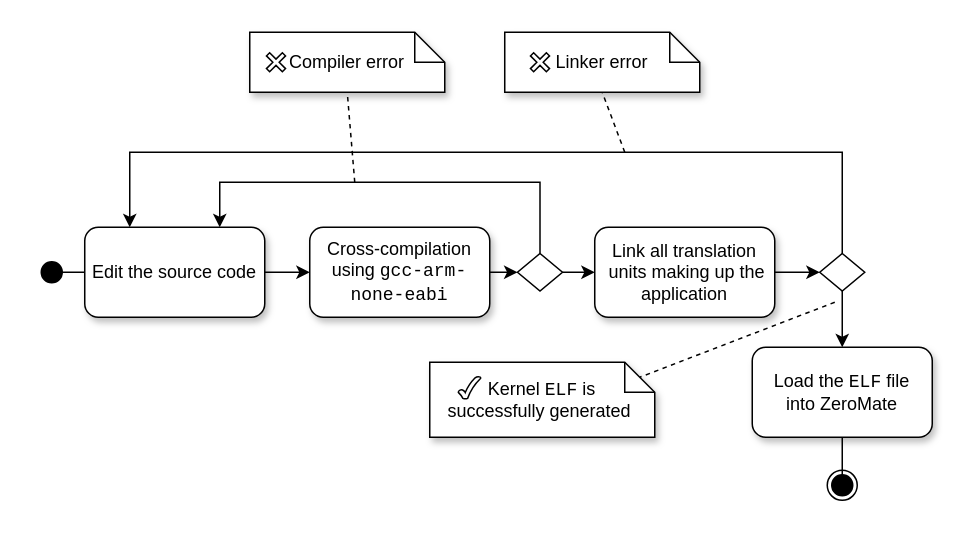
Above: docs/diagrams/kernel/kernel_build_activity_diagram.drawio in silhavyj/ZeroMate (draw.io), before the change. Source tidied: cells renumbered, new cells numbered last; positions are measured from the earlier drawing's top-left corner, leaving out a move shared by most shapes. Both pictures are drawn from the tidied source at 150%, with x=0, y=0 at pixel (39, 32).
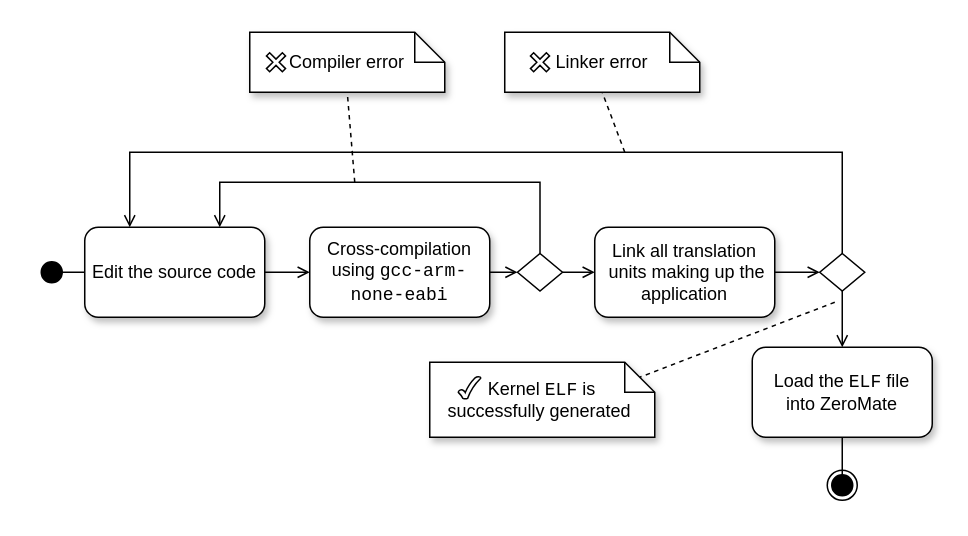
Above is the later version.

The change refers to these unchanged cells:
```xml
<mxCell id="5" value="Edit the source code" style="rounded=1;whiteSpace=wrap;html=1;shadow=1;fontFamily=Computer Modern;" parent="1" vertex="1">
  <mxGeometry x="30" y="130" width="120" height="60" as="geometry" />
</mxCell>
<mxCell id="7" value="Cross-compilation using&amp;nbsp;&lt;font face=&quot;Courier New&quot;&gt;gcc-arm-none-eabi&lt;/font&gt;" style="rounded=1;whiteSpace=wrap;html=1;shadow=1;fontFamily=Computer Modern;" parent="1" vertex="1">
  <mxGeometry x="180" y="130" width="120" height="60" as="geometry" />
</mxCell>
<mxCell id="9" value="Link all translation&lt;br&gt;&amp;nbsp;units making up the application" style="rounded=1;whiteSpace=wrap;html=1;shadow=1;fontFamily=Computer Modern;" parent="1" vertex="1">
  <mxGeometry x="370" y="130" width="120" height="60" as="geometry" />
</mxCell>
<mxCell id="12" style="strokeWidth=1;html=1;shape=mxgraph.flowchart.decision;whiteSpace=wrap;" parent="1" vertex="1">
  <mxGeometry x="318.5" y="147.5" width="30" height="25" as="geometry" />
</mxCell>
<mxCell id="15" style="strokeWidth=1;html=1;shape=mxgraph.flowchart.decision;whiteSpace=wrap;" parent="1" vertex="1">
  <mxGeometry x="520" y="147.5" width="30" height="25" as="geometry" />
</mxCell>
<mxCell id="16" value="Load the &lt;font face=&quot;Courier New&quot;&gt;ELF&lt;/font&gt; file &lt;br&gt;into ZeroMate" style="rounded=1;whiteSpace=wrap;html=1;shadow=1;fontFamily=Computer Modern;" parent="1" vertex="1">
  <mxGeometry x="475" y="210" width="120" height="60" as="geometry" />
</mxCell>
```

The edit, as a diff of the source:
```diff
@@
-    <mxCell id="4" style="edgeStyle=orthogonalEdgeStyle;rounded=0;jettySize=auto;html=1;exitX=1;exitY=0.5;exitDx=0;exitDy=0;entryX=0;entryY=0.5;entryDx=0;entryDy=0;" parent="1" edge="1" source="5" target="7">
+    <mxCell id="4" style="edgeStyle=orthogonalEdgeStyle;rounded=0;jettySize=auto;html=1;exitX=1;exitY=0.5;exitDx=0;exitDy=0;entryX=0;entryY=0.5;entryDx=0;entryDy=0;endArrow=open;endFill=0;" parent="1" edge="1" source="5" target="7">
       <mxGeometry relative="1" as="geometry" />
     </mxCell>
@@
-    <mxCell id="6" style="edgeStyle=orthogonalEdgeStyle;rounded=0;jettySize=auto;html=1;exitX=1;exitY=0.5;exitDx=0;exitDy=0;entryX=0;entryY=0.5;entryDx=0;entryDy=0;entryPerimeter=0;" parent="1" edge="1" source="7" target="12">
+    <mxCell id="6" style="edgeStyle=orthogonalEdgeStyle;rounded=0;jettySize=auto;html=1;exitX=1;exitY=0.5;exitDx=0;exitDy=0;entryX=0;entryY=0.5;entryDx=0;entryDy=0;entryPerimeter=0;endArrow=open;endFill=0;" parent="1" edge="1" source="7" target="12">
       <mxGeometry relative="1" as="geometry" />
     </mxCell>
@@
-    <mxCell id="8" style="edgeStyle=orthogonalEdgeStyle;rounded=0;jettySize=auto;html=1;" parent="1" edge="1" source="9" target="15">
+    <mxCell id="8" style="edgeStyle=orthogonalEdgeStyle;rounded=0;jettySize=auto;html=1;endArrow=open;endFill=0;" parent="1" edge="1" source="9" target="15">
       <mxGeometry relative="1" as="geometry" />
     </mxCell>
@@
-    <mxCell id="10" style="edgeStyle=orthogonalEdgeStyle;rounded=0;jettySize=auto;html=1;exitX=0.5;exitY=0;exitDx=0;exitDy=0;exitPerimeter=0;entryX=0.75;entryY=0;entryDx=0;entryDy=0;" parent="1" edge="1" source="12" target="5">
+    <mxCell id="10" style="edgeStyle=orthogonalEdgeStyle;rounded=0;jettySize=auto;html=1;exitX=0.5;exitY=0;exitDx=0;exitDy=0;exitPerimeter=0;entryX=0.75;entryY=0;entryDx=0;entryDy=0;endArrow=open;endFill=0;" parent="1" edge="1" source="12" target="5">
       <mxGeometry relative="1" as="geometry">
         <Array as="points">
           <mxPoint x="334" y="100" />
           <mxPoint x="120" y="100" />
         </Array>
       </mxGeometry>
     </mxCell>
-    <mxCell id="11" style="edgeStyle=orthogonalEdgeStyle;rounded=0;jettySize=auto;html=1;exitX=1;exitY=0.5;exitDx=0;exitDy=0;exitPerimeter=0;entryX=0;entryY=0.5;entryDx=0;entryDy=0;" parent="1" edge="1" source="12" target="9">
+    <mxCell id="11" style="edgeStyle=orthogonalEdgeStyle;rounded=0;jettySize=auto;html=1;exitX=1;exitY=0.5;exitDx=0;exitDy=0;exitPerimeter=0;entryX=0;entryY=0.5;entryDx=0;entryDy=0;endArrow=open;endFill=0;" parent="1" edge="1" source="12" target="9">
       <mxGeometry relative="1" as="geometry" />
     </mxCell>
@@
-    <mxCell id="13" style="edgeStyle=orthogonalEdgeStyle;rounded=0;jettySize=auto;html=1;exitX=0.5;exitY=0;exitDx=0;exitDy=0;exitPerimeter=0;entryX=0.25;entryY=0;entryDx=0;entryDy=0;" parent="1" edge="1" source="15" target="5">
+    <mxCell id="13" style="edgeStyle=orthogonalEdgeStyle;rounded=0;jettySize=auto;html=1;exitX=0.5;exitY=0;exitDx=0;exitDy=0;exitPerimeter=0;entryX=0.25;entryY=0;entryDx=0;entryDy=0;endArrow=open;endFill=0;" parent="1" edge="1" source="15" target="5">
       <mxGeometry relative="1" as="geometry">
         <Array as="points">
           <mxPoint x="535" y="80" />
           <mxPoint x="60" y="80" />
         </Array>
       </mxGeometry>
     </mxCell>
-    <mxCell id="14" style="edgeStyle=orthogonalEdgeStyle;rounded=0;jettySize=auto;html=1;entryX=0.5;entryY=0;entryDx=0;entryDy=0;" parent="1" edge="1" source="15" target="16">
+    <mxCell id="14" style="edgeStyle=orthogonalEdgeStyle;rounded=0;jettySize=auto;html=1;entryX=0.5;entryY=0;entryDx=0;entryDy=0;endArrow=open;endFill=0;" parent="1" edge="1" source="15" target="16">
       <mxGeometry relative="1" as="geometry" />
     </mxCell>
```
